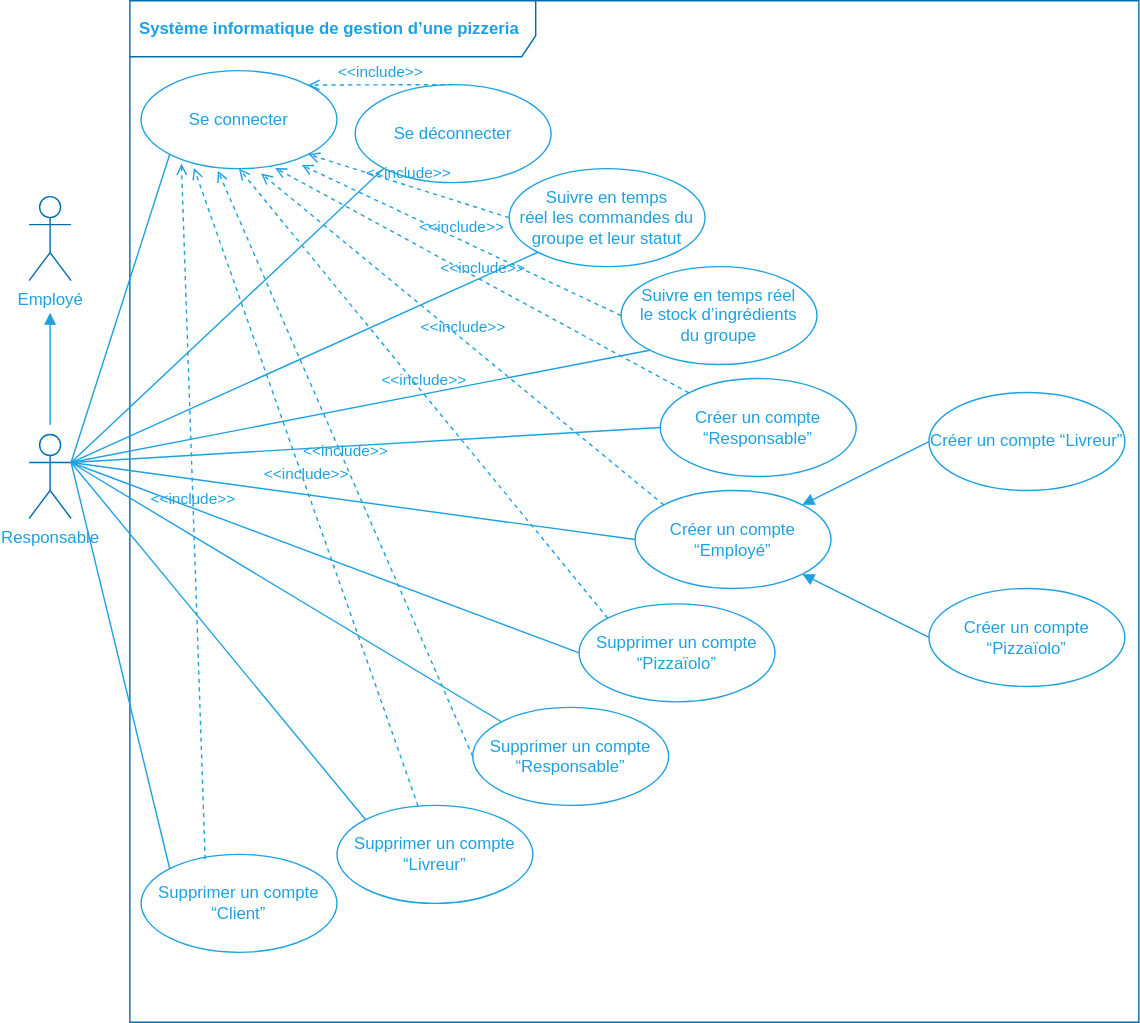
Above: img/figure_use-case-diagram-manager.svg in centvingt/OCPizzaRedaction (draw.io), before the change. Source tidied: cells renumbered, new cells last; positions are measured from the earlier drawing's top-left corner, leaving out a move shared by most shapes. The source it was exported from:
```xml
<mxGraphModel>
  <root>
    <mxCell id="0" />
    <mxCell id="1" value="Acteurs et actions" parent="0" />
    <mxCell id="2" value="&lt;font color=&quot;#1da1e1&quot;&gt;Système informatique de gestion d’une pizzeria&lt;/font&gt;" style="shape=umlFrame;whiteSpace=wrap;html=1;width=290;height=40;boundedLbl=1;verticalAlign=middle;align=left;spacingLeft=5;strokeColor=#006EAF;fontColor=#ffffff;fillColor=none;fontStyle=1;" parent="1" vertex="1">
      <mxGeometry x="72" width="721" height="730" as="geometry" />
    </mxCell>
    <mxCell id="3" style="edgeStyle=none;rounded=0;orthogonalLoop=1;jettySize=auto;html=1;exitX=0;exitY=0.5;exitDx=0;exitDy=0;endArrow=none;endFill=0;strokeColor=#1DA1E1;" parent="1" edge="1">
      <mxGeometry relative="1" as="geometry">
        <mxPoint x="120" y="612" as="sourcePoint" />
        <mxPoint x="120" y="612" as="targetPoint" />
      </mxGeometry>
    </mxCell>
    <mxCell id="4" style="edgeStyle=none;rounded=0;jettySize=auto;html=1;exitX=0;exitY=1;exitDx=0;exitDy=0;entryX=1;entryY=0.3333333333333333;entryDx=0;entryDy=0;entryPerimeter=0;endArrow=none;endFill=0;strokeColor=#1DA1E1;" parent="1" edge="1" source="8" target="6">
      <mxGeometry relative="1" as="geometry" />
    </mxCell>
    <mxCell id="5" style="rounded=0;jettySize=auto;html=1;exitX=0;exitY=1;exitDx=0;exitDy=0;entryX=1;entryY=0.3333333333333333;entryDx=0;entryDy=0;entryPerimeter=0;endArrow=none;endFill=0;strokeColor=#1DA1E1;" parent="1" edge="1" source="7" target="6">
      <mxGeometry relative="1" as="geometry" />
    </mxCell>
    <mxCell id="6" value="&lt;font color=&quot;#1da1e1&quot;&gt;Responsable&lt;br&gt;&lt;/font&gt;" style="shape=umlActor;verticalLabelPosition=bottom;verticalAlign=top;html=1;strokeColor=#006EAF;fontColor=#ffffff;fillColor=none;" parent="1" vertex="1">
      <mxGeometry y="310" width="30" height="60" as="geometry" />
    </mxCell>
    <mxCell id="7" value="&lt;font color=&quot;#1da1e1&quot;&gt;Suivre en temps &lt;br&gt;réel les commandes du groupe&amp;nbsp;et leur statut&lt;/font&gt;" style="ellipse;whiteSpace=wrap;html=1;fillColor=none;strokeColor=#1DA1E1;" parent="1" vertex="1">
      <mxGeometry x="343" y="120" width="140" height="70" as="geometry" />
    </mxCell>
    <mxCell id="8" value="&lt;font color=&quot;#1da1e1&quot;&gt;Suivre en temps&amp;nbsp;réel &lt;br&gt;le stock d’ingrédients &lt;br&gt;du groupe&lt;/font&gt;" style="ellipse;whiteSpace=wrap;html=1;fillColor=none;strokeColor=#1DA1E1;" parent="1" vertex="1">
      <mxGeometry x="423" y="190" width="140" height="70" as="geometry" />
    </mxCell>
    <mxCell id="9" style="rounded=0;jettySize=auto;html=1;exitX=0;exitY=0.5;exitDx=0;exitDy=0;entryX=1;entryY=0.3333333333333333;entryDx=0;entryDy=0;entryPerimeter=0;strokeColor=#1DA1E1;endArrow=none;endFill=0;" parent="1" edge="1" source="10" target="6">
      <mxGeometry relative="1" as="geometry" />
    </mxCell>
    <mxCell id="10" value="&lt;span style=&quot;color: rgb(29 , 161 , 225)&quot;&gt;Créer un compte “Employé”&lt;/span&gt;" style="ellipse;whiteSpace=wrap;html=1;fillColor=none;strokeColor=#1DA1E1;" parent="1" vertex="1">
      <mxGeometry x="433" y="350" width="140" height="70" as="geometry" />
    </mxCell>
    <mxCell id="11" value="&lt;span style=&quot;color: rgb(29 , 161 , 225)&quot;&gt;Créer un compte “Responsable”&lt;/span&gt;" style="ellipse;whiteSpace=wrap;html=1;fillColor=none;strokeColor=#1DA1E1;" parent="1" vertex="1">
      <mxGeometry x="451" y="270" width="140" height="70" as="geometry" />
    </mxCell>
    <mxCell id="12" style="edgeStyle=none;rounded=0;jettySize=auto;html=1;exitX=0;exitY=0.5;exitDx=0;exitDy=0;entryX=1;entryY=1;entryDx=0;entryDy=0;endArrow=block;endFill=1;strokeColor=#1DA1E1;" parent="1" edge="1" source="13" target="10">
      <mxGeometry relative="1" as="geometry" />
    </mxCell>
    <mxCell id="13" value="&lt;span style=&quot;color: rgb(29 , 161 , 225)&quot;&gt;Créer un compte “Pizzaïolo”&lt;/span&gt;" style="ellipse;whiteSpace=wrap;html=1;fillColor=none;strokeColor=#1DA1E1;" parent="1" vertex="1">
      <mxGeometry x="643" y="420" width="140" height="70" as="geometry" />
    </mxCell>
    <mxCell id="14" style="edgeStyle=none;rounded=0;jettySize=auto;html=1;exitX=0;exitY=0.5;exitDx=0;exitDy=0;entryX=1;entryY=0;entryDx=0;entryDy=0;endArrow=block;endFill=1;strokeColor=#1DA1E1;" parent="1" edge="1" source="15" target="10">
      <mxGeometry relative="1" as="geometry" />
    </mxCell>
    <mxCell id="15" value="&lt;span style=&quot;color: rgb(29 , 161 , 225)&quot;&gt;Créer un compte “Livreur”&lt;/span&gt;" style="ellipse;whiteSpace=wrap;html=1;fillColor=none;strokeColor=#1DA1E1;" parent="1" vertex="1">
      <mxGeometry x="643" y="280" width="140" height="70" as="geometry" />
    </mxCell>
    <mxCell id="16" style="edgeStyle=none;rounded=0;jettySize=auto;html=1;exitX=0;exitY=0.5;exitDx=0;exitDy=0;entryX=1;entryY=0.3333333333333333;entryDx=0;entryDy=0;entryPerimeter=0;endArrow=none;endFill=0;strokeColor=#1DA1E1;" parent="1" edge="1" source="11" target="6">
      <mxGeometry relative="1" as="geometry" />
    </mxCell>
    <mxCell id="17" style="edgeStyle=none;rounded=0;jettySize=auto;html=1;exitX=0;exitY=0.5;exitDx=0;exitDy=0;entryX=1;entryY=0.3333333333333333;entryDx=0;entryDy=0;entryPerimeter=0;endArrow=none;endFill=0;strokeColor=#1DA1E1;" parent="1" edge="1" source="18" target="6">
      <mxGeometry relative="1" as="geometry" />
    </mxCell>
    <mxCell id="18" value="&lt;font color=&quot;#1da1e1&quot;&gt;Supprimer un compte “Pizzaïolo”&lt;/font&gt;" style="ellipse;whiteSpace=wrap;html=1;fillColor=none;strokeColor=#1DA1E1;" parent="1" vertex="1">
      <mxGeometry x="393" y="431" width="140" height="70" as="geometry" />
    </mxCell>
    <mxCell id="19" style="edgeStyle=none;rounded=0;jettySize=auto;html=1;exitX=0;exitY=0;exitDx=0;exitDy=0;entryX=1;entryY=0.3333333333333333;entryDx=0;entryDy=0;entryPerimeter=0;endArrow=none;endFill=0;strokeColor=#1DA1E1;" parent="1" edge="1" source="20" target="6">
      <mxGeometry relative="1" as="geometry" />
    </mxCell>
    <mxCell id="20" value="&lt;font color=&quot;#1da1e1&quot;&gt;Supprimer un compte “Livreur”&lt;/font&gt;" style="ellipse;whiteSpace=wrap;html=1;fillColor=none;strokeColor=#1DA1E1;" parent="1" vertex="1">
      <mxGeometry x="220" y="575" width="140" height="70" as="geometry" />
    </mxCell>
    <mxCell id="21" style="edgeStyle=none;rounded=0;jettySize=auto;html=1;exitX=0;exitY=0;exitDx=0;exitDy=0;entryX=1;entryY=0.3333333333333333;entryDx=0;entryDy=0;entryPerimeter=0;endArrow=none;endFill=0;strokeColor=#1DA1E1;" parent="1" edge="1" source="22" target="6">
      <mxGeometry relative="1" as="geometry" />
    </mxCell>
    <mxCell id="22" value="&lt;font color=&quot;#1da1e1&quot;&gt;Supprimer un compte “Responsable”&lt;/font&gt;" style="ellipse;whiteSpace=wrap;html=1;fillColor=none;strokeColor=#1DA1E1;" parent="1" vertex="1">
      <mxGeometry x="317" y="505" width="140" height="70" as="geometry" />
    </mxCell>
    <mxCell id="23" value="&lt;font color=&quot;#1da1e1&quot;&gt;Employé&lt;br&gt;&lt;/font&gt;" style="shape=umlActor;verticalLabelPosition=bottom;verticalAlign=top;html=1;strokeColor=#006EAF;fontColor=#ffffff;fillColor=none;" parent="1" vertex="1">
      <mxGeometry y="140" width="30" height="60" as="geometry" />
    </mxCell>
    <mxCell id="24" style="endArrow=block;html=1;strokeColor=#1DA1E1;endFill=1;" parent="1" edge="1">
      <mxGeometry relative="1" as="geometry">
        <mxPoint x="15" y="303" as="sourcePoint" />
        <mxPoint x="15" y="223" as="targetPoint" />
      </mxGeometry>
    </mxCell>
    <mxCell id="25" style="edgeStyle=none;rounded=0;jettySize=auto;html=1;exitX=0;exitY=0;exitDx=0;exitDy=0;entryX=1;entryY=0.3333333333333333;entryDx=0;entryDy=0;entryPerimeter=0;endArrow=none;endFill=0;strokeColor=#1DA1E1;" parent="1" edge="1" source="26" target="6">
      <mxGeometry relative="1" as="geometry" />
    </mxCell>
    <mxCell id="26" value="&lt;font color=&quot;#1da1e1&quot;&gt;Supprimer un compte “Client”&lt;/font&gt;" style="ellipse;whiteSpace=wrap;html=1;fillColor=none;strokeColor=#1DA1E1;" parent="1" vertex="1">
      <mxGeometry x="80" y="610" width="140" height="70" as="geometry" />
    </mxCell>
    <mxCell id="27" style="edgeStyle=none;rounded=0;jettySize=auto;html=1;exitX=0;exitY=1;exitDx=0;exitDy=0;entryX=1;entryY=0.3333333333333333;entryDx=0;entryDy=0;entryPerimeter=0;endArrow=none;endFill=0;strokeColor=#1DA1E1;" parent="1" edge="1" source="28" target="6">
      <mxGeometry relative="1" as="geometry" />
    </mxCell>
    <mxCell id="28" value="&lt;font color=&quot;#1da1e1&quot;&gt;Se connecter&lt;/font&gt;" style="ellipse;whiteSpace=wrap;html=1;fillColor=none;strokeColor=#1DA1E1;" parent="1" vertex="1">
      <mxGeometry x="80" y="50" width="140" height="70" as="geometry" />
    </mxCell>
    <mxCell id="29" style="edgeStyle=none;rounded=0;jettySize=auto;html=1;exitX=0;exitY=1;exitDx=0;exitDy=0;entryX=1;entryY=0.3333333333333333;entryDx=0;entryDy=0;entryPerimeter=0;endArrow=none;endFill=0;strokeColor=#1DA1E1;" parent="1" edge="1" source="30" target="6">
      <mxGeometry relative="1" as="geometry" />
    </mxCell>
    <mxCell id="30" value="&lt;font color=&quot;#1da1e1&quot;&gt;Se déconnecter&lt;/font&gt;" style="ellipse;whiteSpace=wrap;html=1;fillColor=none;strokeColor=#1DA1E1;" parent="1" vertex="1">
      <mxGeometry x="233" y="60" width="140" height="70" as="geometry" />
    </mxCell>
    <mxCell id="31" value="&lt;font color=&quot;#1da1e1&quot;&gt;&amp;lt;&amp;lt;include&amp;gt;&amp;gt;&lt;/font&gt;" style="html=1;verticalAlign=bottom;labelBackgroundColor=none;endArrow=open;endFill=0;dashed=1;strokeColor=#1DA1E1;entryX=1;entryY=0;entryDx=0;entryDy=0;exitX=0.5;exitY=0;exitDx=0;exitDy=0;" parent="1" edge="1" source="30" target="28">
      <mxGeometry relative="1" as="geometry" />
    </mxCell>
    <mxCell id="32" value="&lt;font color=&quot;#1da1e1&quot;&gt;&amp;lt;&amp;lt;include&amp;gt;&amp;gt;&lt;/font&gt;" style="html=1;verticalAlign=bottom;labelBackgroundColor=none;endArrow=open;endFill=0;dashed=1;strokeColor=#1DA1E1;entryX=1;entryY=1;entryDx=0;entryDy=0;exitX=0;exitY=0.5;exitDx=0;exitDy=0;" parent="1" edge="1" source="7" target="28">
      <mxGeometry relative="1" as="geometry" />
    </mxCell>
    <mxCell id="33" value="&lt;font color=&quot;#1da1e1&quot;&gt;&amp;lt;&amp;lt;include&amp;gt;&amp;gt;&lt;/font&gt;" style="html=1;verticalAlign=bottom;labelBackgroundColor=none;endArrow=open;endFill=0;dashed=1;strokeColor=#1DA1E1;exitX=0;exitY=0.5;exitDx=0;exitDy=0;entryX=0.82;entryY=0.964;entryDx=0;entryDy=0;entryPerimeter=0;" parent="1" edge="1" source="8" target="28">
      <mxGeometry relative="1" as="geometry" />
    </mxCell>
    <mxCell id="34" value="&lt;font color=&quot;#1da1e1&quot;&gt;&amp;lt;&amp;lt;include&amp;gt;&amp;gt;&lt;/font&gt;" style="html=1;verticalAlign=bottom;labelBackgroundColor=none;endArrow=open;endFill=0;dashed=1;strokeColor=#1DA1E1;entryX=0.685;entryY=0.993;entryDx=0;entryDy=0;exitX=0;exitY=0;exitDx=0;exitDy=0;entryPerimeter=0;" parent="1" edge="1" source="11" target="28">
      <mxGeometry relative="1" as="geometry" />
    </mxCell>
    <mxCell id="35" value="&lt;font color=&quot;#1da1e1&quot;&gt;&amp;lt;&amp;lt;include&amp;gt;&amp;gt;&lt;/font&gt;" style="html=1;verticalAlign=bottom;labelBackgroundColor=none;endArrow=open;endFill=0;dashed=1;strokeColor=#1DA1E1;entryX=0.613;entryY=1.05;entryDx=0;entryDy=0;exitX=0;exitY=0;exitDx=0;exitDy=0;entryPerimeter=0;" parent="1" edge="1" source="10" target="28">
      <mxGeometry relative="1" as="geometry" />
    </mxCell>
    <mxCell id="36" value="&lt;font color=&quot;#1da1e1&quot;&gt;&amp;lt;&amp;lt;include&amp;gt;&amp;gt;&lt;/font&gt;" style="html=1;verticalAlign=bottom;labelBackgroundColor=none;endArrow=open;endFill=0;dashed=1;strokeColor=#1DA1E1;entryX=0.5;entryY=1;entryDx=0;entryDy=0;exitX=0;exitY=0;exitDx=0;exitDy=0;" parent="1" edge="1" source="18" target="28">
      <mxGeometry relative="1" as="geometry" />
    </mxCell>
    <mxCell id="37" value="&lt;font color=&quot;#1da1e1&quot;&gt;&amp;lt;&amp;lt;include&amp;gt;&amp;gt;&lt;/font&gt;" style="html=1;verticalAlign=bottom;labelBackgroundColor=none;endArrow=open;endFill=0;dashed=1;strokeColor=#1DA1E1;entryX=0.392;entryY=1.021;entryDx=0;entryDy=0;exitX=0;exitY=0.5;exitDx=0;exitDy=0;entryPerimeter=0;" parent="1" edge="1" source="22" target="28">
      <mxGeometry relative="1" as="geometry" />
    </mxCell>
    <mxCell id="38" value="&lt;font color=&quot;#1da1e1&quot;&gt;&amp;lt;&amp;lt;include&amp;gt;&amp;gt;&lt;/font&gt;" style="html=1;verticalAlign=bottom;labelBackgroundColor=none;endArrow=open;endFill=0;dashed=1;strokeColor=#1DA1E1;entryX=0.27;entryY=0.993;entryDx=0;entryDy=0;entryPerimeter=0;" parent="1" edge="1" source="20" target="28">
      <mxGeometry relative="1" as="geometry" />
    </mxCell>
    <mxCell id="39" value="&lt;font color=&quot;#1da1e1&quot;&gt;&amp;lt;&amp;lt;include&amp;gt;&amp;gt;&lt;/font&gt;" style="html=1;verticalAlign=bottom;labelBackgroundColor=none;endArrow=open;endFill=0;dashed=1;strokeColor=#1DA1E1;entryX=0.206;entryY=0.95;entryDx=0;entryDy=0;exitX=0.327;exitY=0.05;exitDx=0;exitDy=0;entryPerimeter=0;exitPerimeter=0;" parent="1" edge="1" source="26" target="28">
      <mxGeometry relative="1" as="geometry" />
    </mxCell>
  </root>
</mxGraphModel>
```
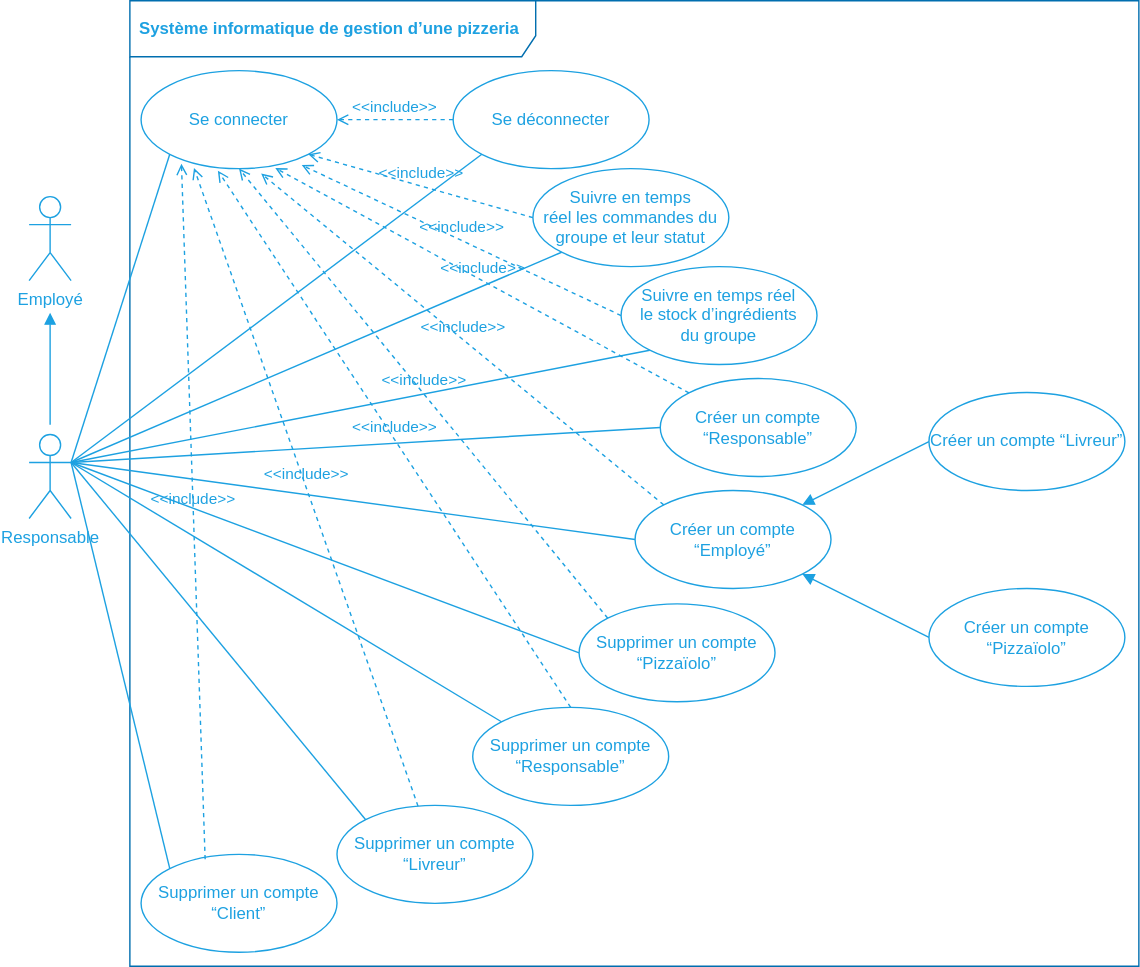
After the commit.

Change to the diagram source:
```diff
@@ -3,7 +3,7 @@
     <mxCell id="0" />
     <mxCell id="1" value="Acteurs et actions" parent="0" />
     <mxCell id="2" value="&lt;font color=&quot;#1da1e1&quot;&gt;Système informatique de gestion d’une pizzeria&lt;/font&gt;" style="shape=umlFrame;whiteSpace=wrap;html=1;width=290;height=40;boundedLbl=1;verticalAlign=middle;align=left;spacingLeft=5;strokeColor=#006EAF;fontColor=#ffffff;fillColor=none;fontStyle=1;" parent="1" vertex="1">
-      <mxGeometry x="72" width="721" height="730" as="geometry" />
+      <mxGeometry x="72" width="721" height="690" as="geometry" />
     </mxCell>
     <mxCell id="3" style="edgeStyle=none;rounded=0;orthogonalLoop=1;jettySize=auto;html=1;exitX=0;exitY=0.5;exitDx=0;exitDy=0;endArrow=none;endFill=0;strokeColor=#1DA1E1;" parent="1" edge="1">
       <mxGeometry relative="1" as="geometry">
@@ -17,11 +17,11 @@
     <mxCell id="5" style="rounded=0;jettySize=auto;html=1;exitX=0;exitY=1;exitDx=0;exitDy=0;entryX=1;entryY=0.3333333333333333;entryDx=0;entryDy=0;entryPerimeter=0;endArrow=none;endFill=0;strokeColor=#1DA1E1;" parent="1" edge="1" source="7" target="6">
       <mxGeometry relative="1" as="geometry" />
     </mxCell>
-    <mxCell id="6" value="&lt;font color=&quot;#1da1e1&quot;&gt;Responsable&lt;br&gt;&lt;/font&gt;" style="shape=umlActor;verticalLabelPosition=bottom;verticalAlign=top;html=1;strokeColor=#006EAF;fontColor=#ffffff;fillColor=none;" parent="1" vertex="1">
+    <mxCell id="6" value="&lt;font color=&quot;#1da1e1&quot;&gt;Responsable&lt;br&gt;&lt;/font&gt;" style="shape=umlActor;verticalLabelPosition=bottom;verticalAlign=top;html=1;fontColor=#ffffff;fillColor=none;strokeColor=#1DA1E1;" parent="1" vertex="1">
       <mxGeometry y="310" width="30" height="60" as="geometry" />
     </mxCell>
     <mxCell id="7" value="&lt;font color=&quot;#1da1e1&quot;&gt;Suivre en temps &lt;br&gt;réel les commandes du groupe&amp;nbsp;et leur statut&lt;/font&gt;" style="ellipse;whiteSpace=wrap;html=1;fillColor=none;strokeColor=#1DA1E1;" parent="1" vertex="1">
-      <mxGeometry x="343" y="120" width="140" height="70" as="geometry" />
+      <mxGeometry x="360" y="120" width="140" height="70" as="geometry" />
     </mxCell>
     <mxCell id="8" value="&lt;font color=&quot;#1da1e1&quot;&gt;Suivre en temps&amp;nbsp;réel &lt;br&gt;le stock d’ingrédients &lt;br&gt;du groupe&lt;/font&gt;" style="ellipse;whiteSpace=wrap;html=1;fillColor=none;strokeColor=#1DA1E1;" parent="1" vertex="1">
       <mxGeometry x="423" y="190" width="140" height="70" as="geometry" />
@@ -68,7 +68,7 @@
     <mxCell id="22" value="&lt;font color=&quot;#1da1e1&quot;&gt;Supprimer un compte “Responsable”&lt;/font&gt;" style="ellipse;whiteSpace=wrap;html=1;fillColor=none;strokeColor=#1DA1E1;" parent="1" vertex="1">
       <mxGeometry x="317" y="505" width="140" height="70" as="geometry" />
     </mxCell>
-    <mxCell id="23" value="&lt;font color=&quot;#1da1e1&quot;&gt;Employé&lt;br&gt;&lt;/font&gt;" style="shape=umlActor;verticalLabelPosition=bottom;verticalAlign=top;html=1;strokeColor=#006EAF;fontColor=#ffffff;fillColor=none;" parent="1" vertex="1">
+    <mxCell id="23" value="&lt;font color=&quot;#1da1e1&quot;&gt;Employé&lt;br&gt;&lt;/font&gt;" style="shape=umlActor;verticalLabelPosition=bottom;verticalAlign=top;html=1;fontColor=#ffffff;fillColor=none;strokeColor=#1DA1E1;" parent="1" vertex="1">
       <mxGeometry y="140" width="30" height="60" as="geometry" />
     </mxCell>
     <mxCell id="24" style="endArrow=block;html=1;strokeColor=#1DA1E1;endFill=1;" parent="1" edge="1">
@@ -93,9 +93,9 @@
       <mxGeometry relative="1" as="geometry" />
     </mxCell>
     <mxCell id="30" value="&lt;font color=&quot;#1da1e1&quot;&gt;Se déconnecter&lt;/font&gt;" style="ellipse;whiteSpace=wrap;html=1;fillColor=none;strokeColor=#1DA1E1;" parent="1" vertex="1">
-      <mxGeometry x="233" y="60" width="140" height="70" as="geometry" />
+      <mxGeometry x="303" y="50" width="140" height="70" as="geometry" />
     </mxCell>
-    <mxCell id="31" value="&lt;font color=&quot;#1da1e1&quot;&gt;&amp;lt;&amp;lt;include&amp;gt;&amp;gt;&lt;/font&gt;" style="html=1;verticalAlign=bottom;labelBackgroundColor=none;endArrow=open;endFill=0;dashed=1;strokeColor=#1DA1E1;entryX=1;entryY=0;entryDx=0;entryDy=0;exitX=0.5;exitY=0;exitDx=0;exitDy=0;" parent="1" edge="1" source="30" target="28">
+    <mxCell id="31" value="&lt;font color=&quot;#1da1e1&quot;&gt;&amp;lt;&amp;lt;include&amp;gt;&amp;gt;&lt;/font&gt;" style="html=1;verticalAlign=bottom;labelBackgroundColor=none;endArrow=open;endFill=0;dashed=1;strokeColor=#1DA1E1;entryX=1;entryY=0.5;entryDx=0;entryDy=0;exitX=0;exitY=0.5;exitDx=0;exitDy=0;" parent="1" edge="1" source="30" target="28">
       <mxGeometry relative="1" as="geometry" />
     </mxCell>
     <mxCell id="32" value="&lt;font color=&quot;#1da1e1&quot;&gt;&amp;lt;&amp;lt;include&amp;gt;&amp;gt;&lt;/font&gt;" style="html=1;verticalAlign=bottom;labelBackgroundColor=none;endArrow=open;endFill=0;dashed=1;strokeColor=#1DA1E1;entryX=1;entryY=1;entryDx=0;entryDy=0;exitX=0;exitY=0.5;exitDx=0;exitDy=0;" parent="1" edge="1" source="7" target="28">
@@ -113,7 +113,7 @@
     <mxCell id="36" value="&lt;font color=&quot;#1da1e1&quot;&gt;&amp;lt;&amp;lt;include&amp;gt;&amp;gt;&lt;/font&gt;" style="html=1;verticalAlign=bottom;labelBackgroundColor=none;endArrow=open;endFill=0;dashed=1;strokeColor=#1DA1E1;entryX=0.5;entryY=1;entryDx=0;entryDy=0;exitX=0;exitY=0;exitDx=0;exitDy=0;" parent="1" edge="1" source="18" target="28">
       <mxGeometry relative="1" as="geometry" />
     </mxCell>
-    <mxCell id="37" value="&lt;font color=&quot;#1da1e1&quot;&gt;&amp;lt;&amp;lt;include&amp;gt;&amp;gt;&lt;/font&gt;" style="html=1;verticalAlign=bottom;labelBackgroundColor=none;endArrow=open;endFill=0;dashed=1;strokeColor=#1DA1E1;entryX=0.392;entryY=1.021;entryDx=0;entryDy=0;exitX=0;exitY=0.5;exitDx=0;exitDy=0;entryPerimeter=0;" parent="1" edge="1" source="22" target="28">
+    <mxCell id="37" value="&lt;font color=&quot;#1da1e1&quot;&gt;&amp;lt;&amp;lt;include&amp;gt;&amp;gt;&lt;/font&gt;" style="html=1;verticalAlign=bottom;labelBackgroundColor=none;endArrow=open;endFill=0;dashed=1;strokeColor=#1DA1E1;entryX=0.392;entryY=1.021;entryDx=0;entryDy=0;exitX=0.5;exitY=0;exitDx=0;exitDy=0;entryPerimeter=0;" parent="1" edge="1" source="22" target="28">
       <mxGeometry relative="1" as="geometry" />
     </mxCell>
     <mxCell id="38" value="&lt;font color=&quot;#1da1e1&quot;&gt;&amp;lt;&amp;lt;include&amp;gt;&amp;gt;&lt;/font&gt;" style="html=1;verticalAlign=bottom;labelBackgroundColor=none;endArrow=open;endFill=0;dashed=1;strokeColor=#1DA1E1;entryX=0.27;entryY=0.993;entryDx=0;entryDy=0;entryPerimeter=0;" parent="1" edge="1" source="20" target="28">
```
